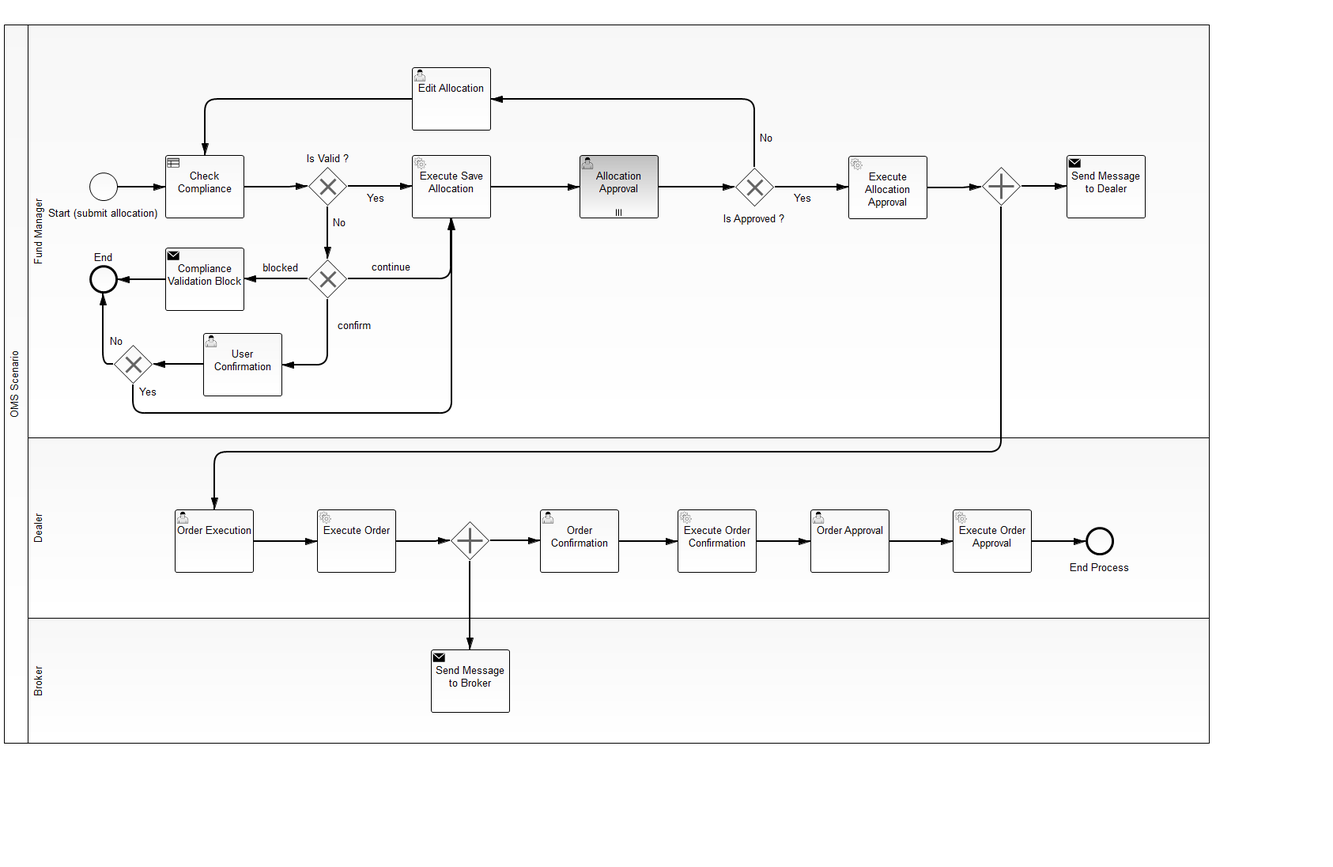
Earlier version of the BPMN export src/main/resources/oms-scenario.png (doenikoe/workflow). Its source is kept beside it as src/main/resources/oms-scenario.bpmn. Ids are renumbered.
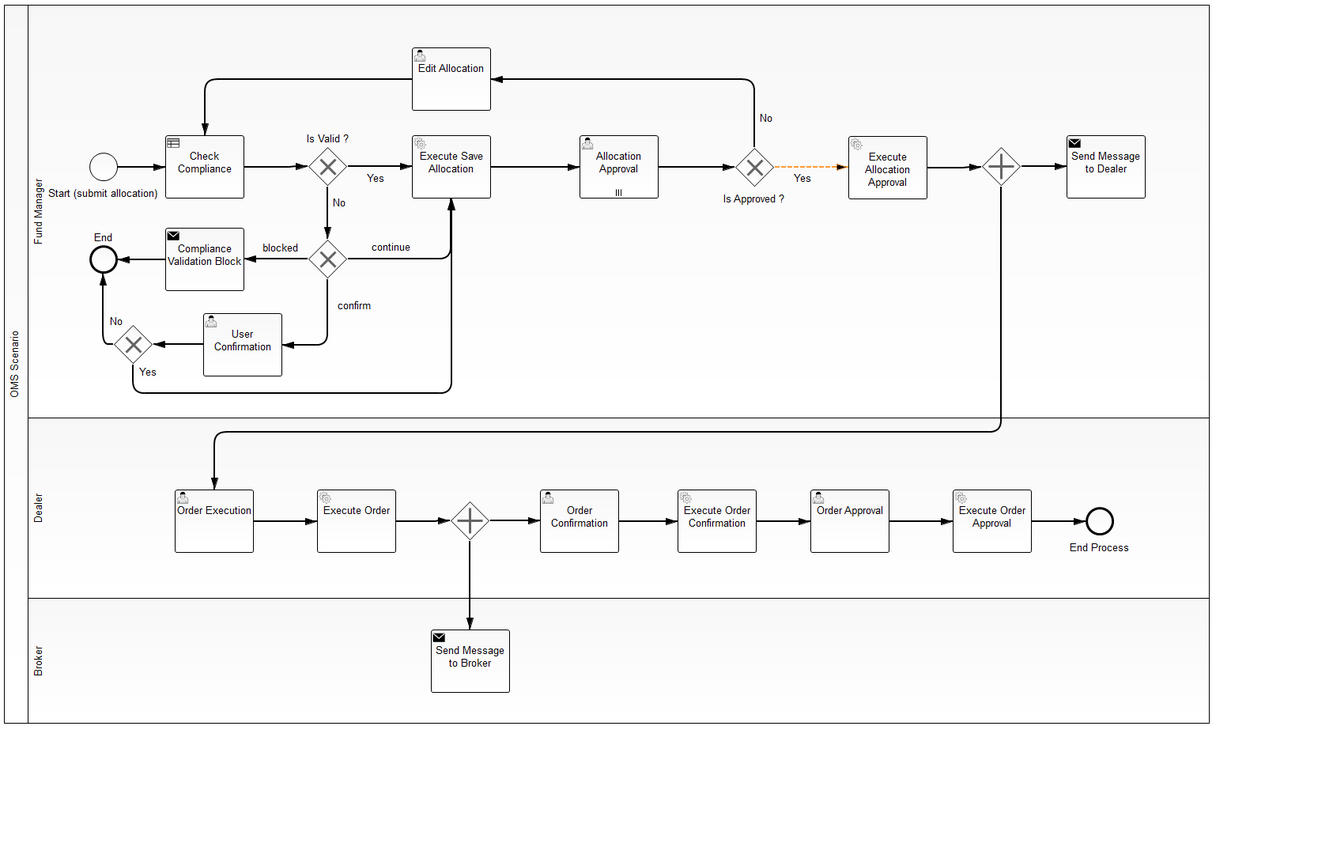
After the commit.

Change to the diagram source:
```diff
@@ -232,6 +232,9 @@
         <camunda:properties>
           <camunda:property/>
         </camunda:properties>
+        <camunda:formData>
+          <camunda:formField id="IsApproved" label="IsApproved" type="boolean"/>
+        </camunda:formData>
       </bpmn2:extensionElements>
       <bpmn2:incoming>SequenceFlow_37</bpmn2:incoming>
       <bpmn2:outgoing>SequenceFlow_40</bpmn2:outgoing>
```
